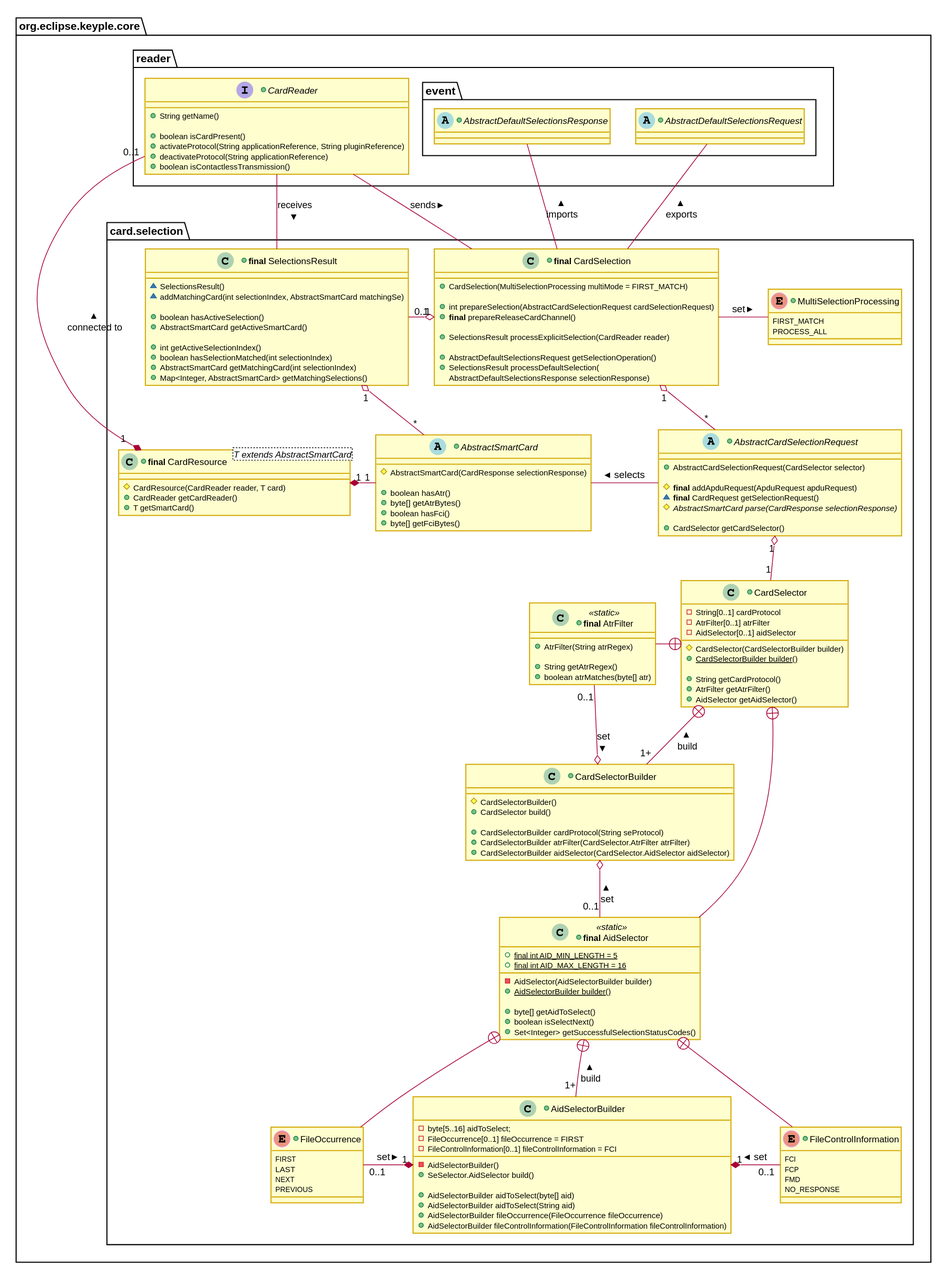
This is docs/KeypleCoreApi/img/KeypleCore_CardSelection_ClassDiag_SelectorAndSelection_1_0_0.svg from calypsonet/keyple, a PlantUML export, as it was before one commit. Source of this version:
```plantuml
@startuml
skinparam ClassBorderColor #D4AC0D
skinparam stereotypeABorderColor #A9DCDF
skinparam stereotypeIBorderColor #B4A7E5
skinparam stereotypeCBorderColor #ADD1B2
skinparam stereotypeEBorderColor #EB93DF
skinparam shadowing false

skinparam StateBorderColor #D4AC0D
skinparam ActivityBorderColor #D4AC0D

skinparam ClassBackgroundColor<<red>> #FDEDEC
skinparam ClassBorderColor<<red>> #E74C3C
hide <<red>> stereotype
skinparam ClassBackgroundColor<<purple>> #F4ECF7
skinparam ClassBorderColor<<purple>> #8E44AD
hide <<purple>> stereotype
skinparam ClassBackgroundColor<<blue>> #EBF5FB
skinparam ClassBorderColor<<blue>> #3498DB
hide <<blue>> stereotype
skinparam ClassBackgroundColor<<green>> #EAFAF1
skinparam ClassBorderColor<<green>> #2ECC71
hide <<green>> stereotype

skinparam ClassBackgroundColor<<orange>> #FDF2E9
skinparam ClassBorderColor<<orange>> #E67E22
hide <<orange>> stereotype

skinparam ClassBackgroundColor<<grey>> #EAECEE
skinparam ClassBorderColor<<grey>> #2C3E50
hide <<grey>> stereotype

package org.eclipse.keyple.core #FFFFFF {
  package "reader" as reader_even #FFFFFF {
+interface CardReader {
  +String getName()

  +boolean isCardPresent()
  +activateProtocol(String applicationReference, String pluginReference)
  +deactivateProtocol(String applicationReference)
  +boolean isContactlessTransmission()
}

    package event #FFFFFF {
+abstract AbstractDefaultSelectionsRequest {
}

+abstract AbstractDefaultSelectionsResponse {
}
    }
  }

  package card.selection #FFFFFF {
+class "<b>final</b> CardSelection" as CardSelection {
  +CardSelection(MultiSelectionProcessing multiMode = FIRST_MATCH)

  +int prepareSelection(AbstractCardSelectionRequest cardSelectionRequest)
  +<b>final</b> prepareReleaseCardChannel()

  +SelectionsResult processExplicitSelection(CardReader reader)

  +AbstractDefaultSelectionsRequest getSelectionOperation()
  +SelectionsResult processDefaultSelection(
    AbstractDefaultSelectionsResponse selectionResponse)
}
+enum MultiSelectionProcessing {
	FIRST_MATCH
	PROCESS_ALL
}
+abstract AbstractCardSelectionRequest {
  +AbstractCardSelectionRequest(CardSelector selector)

  #<b>final</b> addApduRequest(ApduRequest apduRequest)
  ~<b>final</b> CardRequest getSelectionRequest()
  {abstract} #AbstractSmartCard parse(CardResponse selectionResponse)

  +CardSelector getCardSelector()
}

+abstract AbstractSmartCard {
  #AbstractSmartCard(CardResponse selectionResponse)

  +boolean hasAtr()
  +byte[] getAtrBytes()
  +boolean hasFci()
  +byte[] getFciBytes()
}
+class "<b>final</b> SelectionsResult" as SelectionsResult {
  ~SelectionsResult()
  ~addMatchingCard(int selectionIndex, AbstractSmartCard matchingSe)

  +boolean hasActiveSelection()
  +AbstractSmartCard getActiveSmartCard()

  +int getActiveSelectionIndex()
  +boolean hasSelectionMatched(int selectionIndex)
  +AbstractSmartCard getMatchingCard(int selectionIndex)
  +Map<Integer, AbstractSmartCard> getMatchingSelections()
}
+class "<b>final</b> CardResource<T extends AbstractSmartCard>" as CardResource_T {
  #CardResource(CardReader reader, T card)
  +CardReader getCardReader()
  +T getSmartCard()
}

    CardResource_T "1" *-right- "1" AbstractSmartCard

    CardSelection "1" o-down- "*" AbstractCardSelectionRequest
    CardSelection "1" o-left- "0..1" SelectionsResult

    SelectionsResult "1" o-down- "*" AbstractSmartCard
    AbstractSmartCard -right- AbstractCardSelectionRequest : selects <


+class CardSelector {
  -String[0..1] cardProtocol
  -AtrFilter[0..1] atrFilter
  -AidSelector[0..1] aidSelector
  #CardSelector(CardSelectorBuilder builder)
  +{static}CardSelectorBuilder builder()

  +String getCardProtocol()
  +AtrFilter getAtrFilter()
  +AidSelector getAidSelector()
}
+class CardSelectorBuilder {
  #CardSelectorBuilder()
  +CardSelector build()

  +CardSelectorBuilder cardProtocol(String seProtocol)
  +CardSelectorBuilder atrFilter(CardSelector.AtrFilter atrFilter)
  +CardSelectorBuilder aidSelector(CardSelector.AidSelector aidSelector)
}


+enum FileOccurrence {
  FIRST
  LAST
  NEXT
  PREVIOUS
}

+enum FileControlInformation {
  FCI
  FCP
  FMD
  NO_RESPONSE
}
+class "<b>final</b> AtrFilter" as AtrFilter <<static>> {
  +AtrFilter(String atrRegex)

  +String getAtrRegex()
  +boolean atrMatches(byte[] atr)
}
+class "<b>final</b> AidSelector" as AidSelector <<static>> {
  +{static} final int AID_MIN_LENGTH = 5
  +{static} final int AID_MAX_LENGTH = 16

  -AidSelector(AidSelectorBuilder builder)
  +{static}AidSelectorBuilder builder()

  +byte[] getAidToSelect()
  +boolean isSelectNext()
  +Set<Integer> getSuccessfulSelectionStatusCodes()
}

+class AidSelectorBuilder {
  -byte[5..16] aidToSelect;
  -FileOccurrence[0..1] fileOccurrence = FIRST
  -FileControlInformation[0..1] fileControlInformation = FCI
  -AidSelectorBuilder()
  +SeSelector.AidSelector build()

  +AidSelectorBuilder aidToSelect(byte[] aid)
  +AidSelectorBuilder aidToSelect(String aid)
  +AidSelectorBuilder fileOccurrence(FileOccurrence fileOccurrence)
  +AidSelectorBuilder fileControlInformation(FileControlInformation fileControlInformation)
}
    AidSelector +-down- FileOccurrence
    AidSelector +-down- FileControlInformation
    AidSelector +-- "1+" AidSelectorBuilder : build <
    AidSelectorBuilder "1" *-left- "0..1" FileOccurrence : set <
    AidSelectorBuilder "1" *-right- "0..1" FileControlInformation : set <

    CardSelectorBuilder o-down- "0..1" AidSelector : set <
    CardSelectorBuilder o-up- "0..1" AtrFilter : set <

    CardSelector +-- AidSelector
    CardSelector +-left- AtrFilter
    CardSelector +-- "1+" CardSelectorBuilder : build <

    MultiSelectionProcessing -left- CardSelection : set <

    AbstractCardSelectionRequest "1" o-down- "1" CardSelector
  }

  CardSelection -up- CardReader : sends <
  CardSelection -up- AbstractDefaultSelectionsRequest : exports >
  CardSelection -up- AbstractDefaultSelectionsResponse : imports >

  SelectionsResult -up- CardReader : receives <
  CardReader "0..1" --* "1" CardResource_T : connected to <
}
@enduml
```
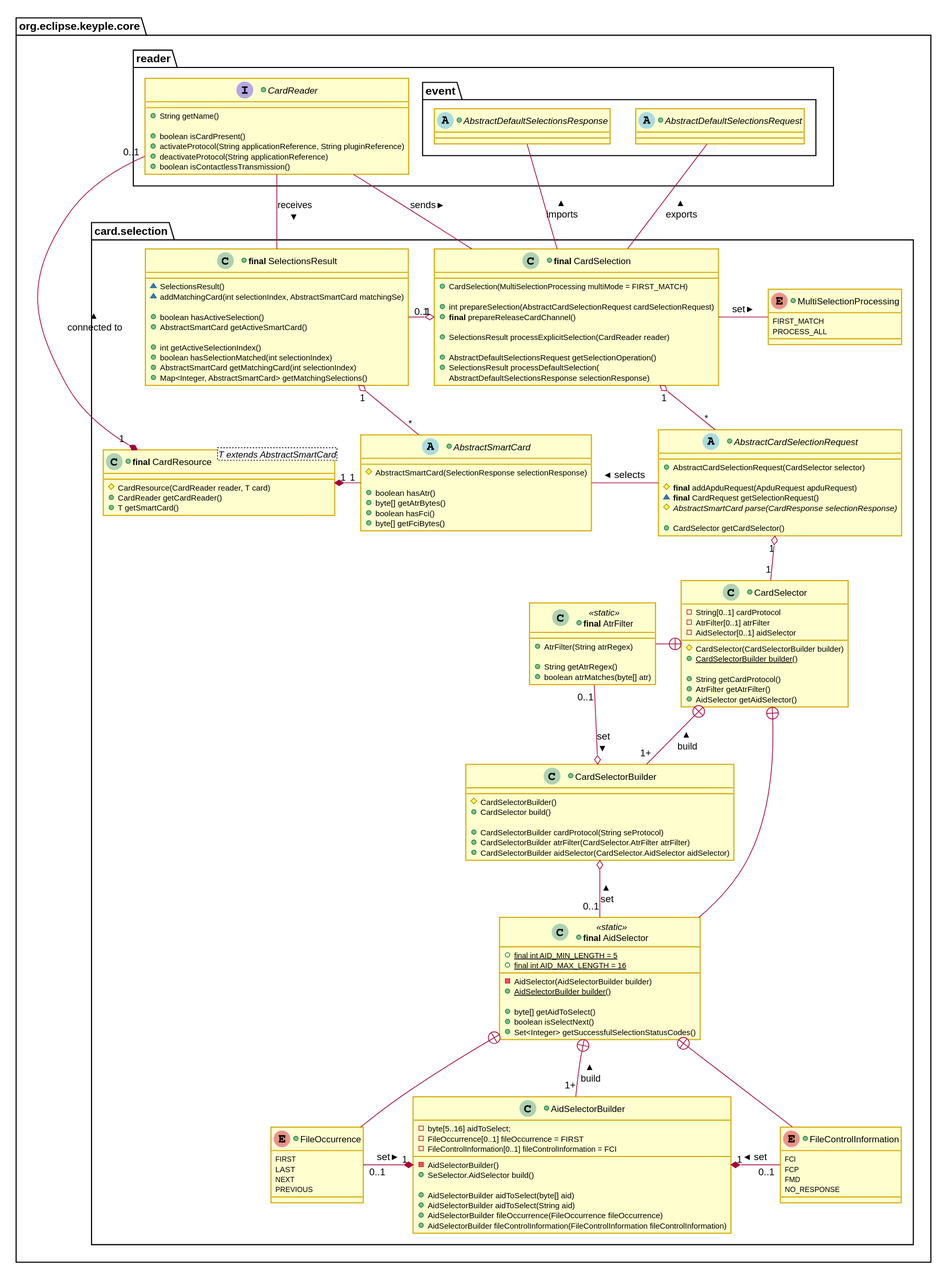
Above is the later version.

Diff of the diagram source:
```diff
@@ -78,7 +78,7 @@
 }
 
 +abstract AbstractSmartCard {
-  #AbstractSmartCard(CardResponse selectionResponse)
+  #AbstractSmartCard(SelectionResponse selectionResponse)
 
   +boolean hasAtr()
   +byte[] getAtrBytes()
```
